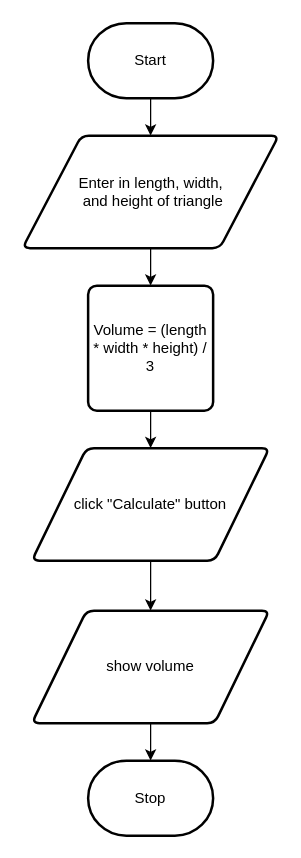
The draw.io diagram design/flowchart.drawio in MTHS-ICD2O-1-2023/ICD2O-Unit-3-02-Julianne-Leblanc-Peltier, before the edit. Source tidied: cells renumbered, new cells numbered last; positions are measured from the earlier drawing's top-left corner, leaving out a move shared by most shapes. Both pictures are drawn from the tidied source at 125%, with x=0, y=0 at pixel (22, 22).
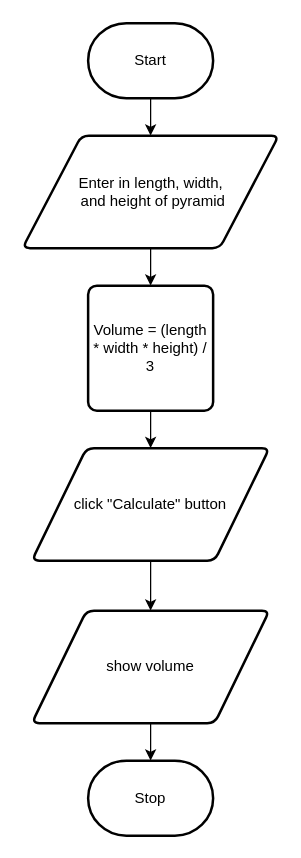
The same diagram, later.

Diff of the diagram source:
```diff
@@
 <mxGraphModel>
   <root>
     <mxCell id="0" />
     <mxCell id="1" parent="0" />
     <mxCell id="2" style="edgeStyle=orthogonalEdgeStyle;html=1;rounded=0;startArrow=none;" parent="1" edge="1" source="10" target="5">
       <mxGeometry relative="1" as="geometry" />
     </mxCell>
     <mxCell id="3" style="edgeStyle=none;html=1;exitX=0.5;exitY=1;exitDx=0;exitDy=0;exitPerimeter=0;entryX=0.5;entryY=0;entryDx=0;entryDy=0;" parent="1" edge="1" source="4" target="7">
       <mxGeometry relative="1" as="geometry" />
     </mxCell>
     <mxCell id="4" value="Start" style="strokeWidth=2;html=1;shape=mxgraph.flowchart.terminator;whiteSpace=wrap;" parent="1" vertex="1">
       <mxGeometry x="52" width="100" height="60" as="geometry" />
     </mxCell>
     <mxCell id="5" value="Stop" style="strokeWidth=2;html=1;shape=mxgraph.flowchart.terminator;whiteSpace=wrap;" parent="1" vertex="1">
       <mxGeometry x="52" y="590" width="100" height="60" as="geometry" />
     </mxCell>
     <mxCell id="6" style="edgeStyle=none;html=1;exitX=0.5;exitY=1;exitDx=0;exitDy=0;entryX=0.5;entryY=0;entryDx=0;entryDy=0;" parent="1" edge="1" source="7" target="9">
       <mxGeometry relative="1" as="geometry" />
     </mxCell>
-    <mxCell id="7" value="Enter in length, width,&lt;br&gt;&amp;nbsp;and height of triangle" style="shape=parallelogram;html=1;strokeWidth=2;perimeter=parallelogramPerimeter;whiteSpace=wrap;rounded=1;arcSize=12;size=0.23;" parent="1" vertex="1">
+    <mxCell id="7" value="Enter in length, width,&lt;br&gt;&amp;nbsp;and height of pyramid" style="shape=parallelogram;html=1;strokeWidth=2;perimeter=parallelogramPerimeter;whiteSpace=wrap;rounded=1;arcSize=12;size=0.23;" parent="1" vertex="1">
       <mxGeometry x="-0.5" y="90" width="205" height="90" as="geometry" />
     </mxCell>
     <mxCell id="8" style="edgeStyle=none;html=1;exitX=0.5;exitY=1;exitDx=0;exitDy=0;entryX=0.5;entryY=0;entryDx=0;entryDy=0;" parent="1" edge="1" source="9" target="12">
       <mxGeometry relative="1" as="geometry" />
     </mxCell>
     <mxCell id="9" value="Volume = (length * width * height) / 3" style="rounded=1;whiteSpace=wrap;html=1;absoluteArcSize=1;arcSize=14;strokeWidth=2;" parent="1" vertex="1">
       <mxGeometry x="52" y="210" width="100" height="100" as="geometry" />
     </mxCell>
     <mxCell id="10" value="show volume" style="shape=parallelogram;html=1;strokeWidth=2;perimeter=parallelogramPerimeter;whiteSpace=wrap;rounded=1;arcSize=12;size=0.23;" parent="1" vertex="1">
       <mxGeometry x="7" y="470" width="190" height="90" as="geometry" />
     </mxCell>
     <mxCell id="11" style="edgeStyle=none;html=1;exitX=0.5;exitY=1;exitDx=0;exitDy=0;entryX=0.5;entryY=0;entryDx=0;entryDy=0;" parent="1" edge="1" source="12" target="10">
       <mxGeometry relative="1" as="geometry" />
     </mxCell>
     <mxCell id="12" value="click &quot;Calculate&quot; button" style="shape=parallelogram;html=1;strokeWidth=2;perimeter=parallelogramPerimeter;whiteSpace=wrap;rounded=1;arcSize=12;size=0.23;" parent="1" vertex="1">
       <mxGeometry x="7" y="340" width="190" height="90" as="geometry" />
     </mxCell>
   </root>
 </mxGraphModel>
```
